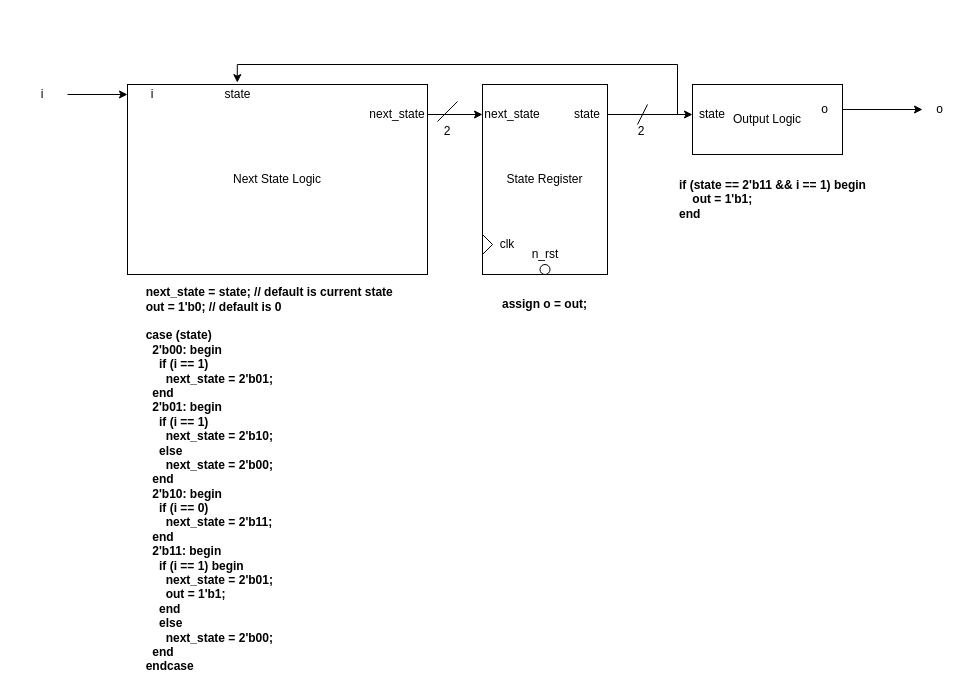
awesomeaiden/337labs keeps this draw.io diagram as Lab5/docs/Mealy_RTL.drawio. Above is the earlier version. Source tidied: cells renumbered, new cells numbered last; positions are measured from the earlier drawing's top-left corner, leaving out a move shared by most shapes. Both pictures are drawn from the tidied source at 100%, with x=0, y=0 at pixel (17, 64).
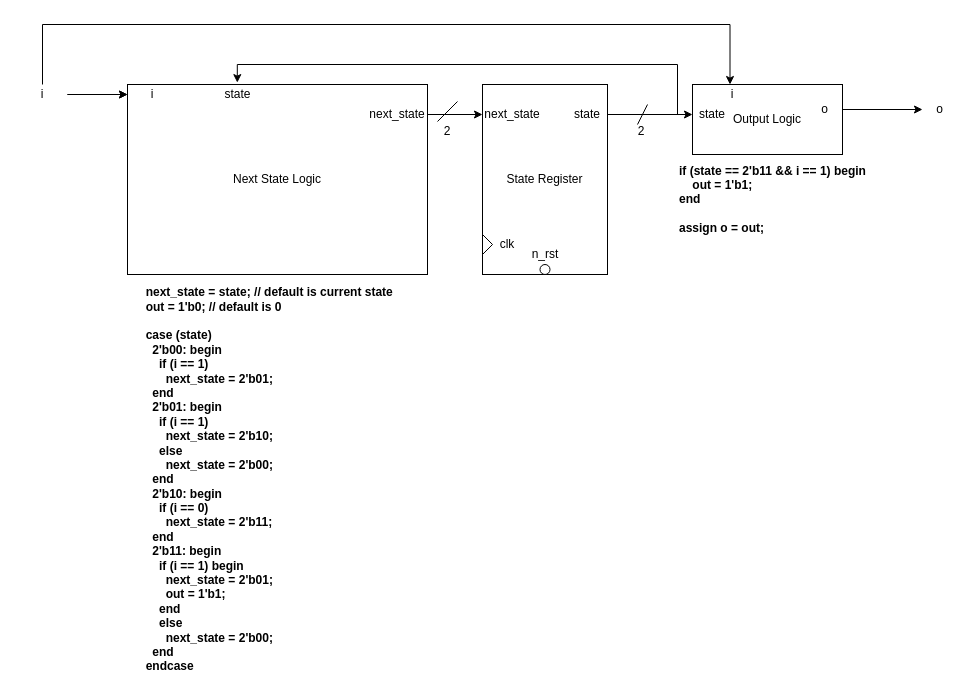
Above is the later version.

Unchanged cells that the change refers to:
```xml
<mxCell id="15" value="i" style="text;html=1;strokeColor=none;fillColor=none;align=center;verticalAlign=middle;whiteSpace=wrap;rounded=0;" parent="1" vertex="1">
  <mxGeometry x="110" y="20" width="50" height="20" as="geometry" />
</mxCell>
<mxCell id="17" value="i" style="text;html=1;strokeColor=none;fillColor=none;align=center;verticalAlign=middle;whiteSpace=wrap;rounded=0;" parent="1" vertex="1">
  <mxGeometry y="20" width="50" height="20" as="geometry" />
</mxCell>
<mxCell id="27" value="Output Logic" style="rounded=0;whiteSpace=wrap;html=1;" parent="1" vertex="1">
  <mxGeometry x="675" y="20" width="150" height="70" as="geometry" />
</mxCell>
```

Diff of the diagram source:
```diff
@@
+    <mxCell id="31" style="edgeStyle=orthogonalEdgeStyle;rounded=0;jettySize=auto;html=1;" parent="1" edge="1" source="17" target="15">
+      <mxGeometry relative="1" as="geometry" />
+    </mxCell>
+    <mxCell id="32" style="edgeStyle=orthogonalEdgeStyle;rounded=0;jettySize=auto;html=1;entryX=0.25;entryY=0;entryDx=0;entryDy=0;" parent="1" edge="1" source="17" target="27">
+      <mxGeometry relative="1" as="geometry">
+        <Array as="points">
+          <mxPoint x="25" y="-40" />
+          <mxPoint x="713" y="-40" />
+        </Array>
+      </mxGeometry>
+    </mxCell>
@@
-    <mxCell id="23" value="&lt;div align=&quot;left&quot;&gt;&lt;div align=&quot;left&quot;&gt;assign o = out;&lt;/div&gt;&lt;/div&gt;" style="text;html=1;strokeColor=none;fillColor=none;align=left;verticalAlign=middle;whiteSpace=wrap;rounded=0;fontStyle=1;" parent="1" vertex="1">
-      <mxGeometry x="482.5" y="220" width="90" height="40" as="geometry" />
-    </mxCell>
@@
-    <mxCell id="26" value="&lt;div align=&quot;left&quot;&gt;&lt;div align=&quot;left&quot;&gt;&lt;div align=&quot;left&quot;&gt;if (state == 2'b11 &amp;amp;&amp;amp; i == 1) begin&lt;/div&gt;&lt;div align=&quot;left&quot;&gt;&amp;nbsp; &amp;nbsp; out = 1'b1;&lt;/div&gt;&lt;div align=&quot;left&quot;&gt;end&lt;/div&gt;&lt;/div&gt;&lt;/div&gt;" style="text;html=1;strokeColor=none;fillColor=none;align=left;verticalAlign=middle;whiteSpace=wrap;rounded=0;fontStyle=1;" parent="1" vertex="1">
-      <mxGeometry x="660" y="100" width="190" height="70" as="geometry" />
+    <mxCell id="26" value="&lt;div align=&quot;left&quot;&gt;&lt;div align=&quot;left&quot;&gt;&lt;div align=&quot;left&quot;&gt;if (state == 2'b11 &amp;amp;&amp;amp; i == 1) begin&lt;/div&gt;&lt;div align=&quot;left&quot;&gt;&amp;nbsp; &amp;nbsp; out = 1'b1;&lt;/div&gt;&lt;div align=&quot;left&quot;&gt;end&lt;/div&gt;&lt;div align=&quot;left&quot;&gt;&lt;br&gt;&lt;/div&gt;&lt;div align=&quot;left&quot;&gt;assign o = out;&lt;br&gt;&lt;/div&gt;&lt;/div&gt;&lt;/div&gt;" style="text;html=1;strokeColor=none;fillColor=none;align=left;verticalAlign=middle;whiteSpace=wrap;rounded=0;fontStyle=1;" parent="1" vertex="1">
+      <mxGeometry x="660" y="90" width="190" height="90" as="geometry" />
     </mxCell>
@@
+    <mxCell id="33" value="i" style="text;html=1;strokeColor=none;fillColor=none;align=center;verticalAlign=middle;whiteSpace=wrap;rounded=0;" parent="1" vertex="1">
+      <mxGeometry x="690" y="20" width="50" height="20" as="geometry" />
+    </mxCell>
```
